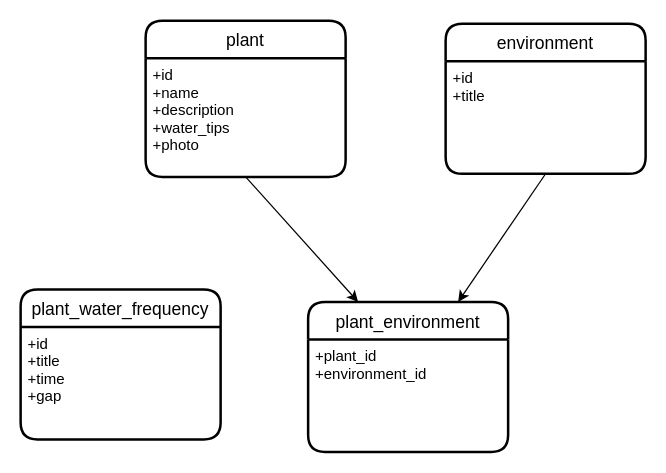
lucas-ssv/plant-manager-api keeps this draw.io diagram as documentation/db.drawio. Above is the earlier version. Source tidied: cells renumbered, new cells numbered last; positions are measured from the earlier drawing's top-left corner, leaving out a move shared by most shapes. Both pictures are drawn from the tidied source at 125%, with x=0, y=0 at pixel (20, 20).
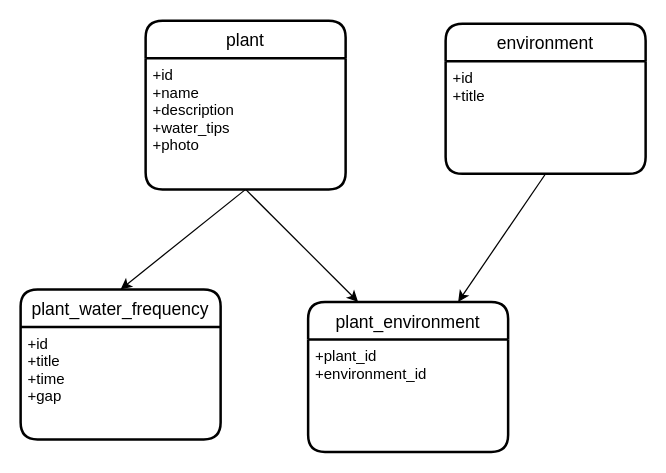
The same diagram, later.

Diff of the diagram source:
```diff
@@
 <mxGraphModel>
   <root>
     <mxCell id="0" />
     <mxCell id="1" parent="0" />
+    <mxCell id="12" style="edgeStyle=none;html=1;exitX=0.5;exitY=1;exitDx=0;exitDy=0;entryX=0.5;entryY=0;entryDx=0;entryDy=0;" parent="1" edge="1" source="3" target="6">
+      <mxGeometry relative="1" as="geometry" />
+    </mxCell>
     <mxCell id="2" value="plant" style="swimlane;horizontal=1;startSize=30;rounded=1;fontSize=14;fontStyle=0;strokeWidth=2;shadow=0;dashed=0;align=center;fillStyle=dashed;" parent="1" vertex="1">
-      <mxGeometry x="100" width="160" height="125" as="geometry" />
+      <mxGeometry x="100" width="160" height="135" as="geometry" />
     </mxCell>
-    <mxCell id="3" value="+id&#10;+name&#10;+description&#10;+water_tips&#10;+photo&#10;" style="align=left;strokeColor=none;fillColor=none;spacingLeft=4;fontSize=12;verticalAlign=top;fillStyle=dashed;" parent="2" vertex="1">
-      <mxGeometry y="30" width="160" height="95" as="geometry" />
+    <mxCell id="3" value="+id&#10;+name&#10;+description&#10;+water_tips&#10;+photo" style="align=left;strokeColor=none;fillColor=none;spacingLeft=4;fontSize=12;verticalAlign=top;fillStyle=dashed;" parent="2" vertex="1">
+      <mxGeometry y="30" width="160" height="105" as="geometry" />
     </mxCell>
     <mxCell id="4" value="environment" style="swimlane;horizontal=1;startSize=30;rounded=1;fontSize=14;fontStyle=0;strokeWidth=2;shadow=0;dashed=0;align=center;fillStyle=dashed;" parent="1" vertex="1">
       <mxGeometry x="340" y="2.5" width="160" height="120" as="geometry" />
     </mxCell>
     <mxCell id="5" value="+id&#10;+title" style="align=left;strokeColor=none;fillColor=none;spacingLeft=4;fontSize=12;verticalAlign=top;fillStyle=dashed;" parent="4" vertex="1">
       <mxGeometry y="30" width="160" height="90" as="geometry" />
     </mxCell>
     <mxCell id="6" value="plant_water_frequency" style="swimlane;horizontal=1;startSize=30;rounded=1;fontSize=14;fontStyle=0;strokeWidth=2;shadow=0;dashed=0;align=center;fillStyle=dashed;" parent="1" vertex="1">
       <mxGeometry y="215" width="160" height="120" as="geometry" />
     </mxCell>
     <mxCell id="7" value="+id&#10;+title&#10;+time&#10;+gap" style="align=left;strokeColor=none;fillColor=none;spacingLeft=4;fontSize=12;verticalAlign=top;fillStyle=dashed;" parent="6" vertex="1">
       <mxGeometry y="30" width="160" height="90" as="geometry" />
     </mxCell>
     <mxCell id="8" value="plant_environment" style="swimlane;horizontal=1;startSize=30;rounded=1;fontSize=14;fontStyle=0;strokeWidth=2;shadow=0;dashed=0;align=center;fillStyle=dashed;" parent="1" vertex="1">
       <mxGeometry x="230" y="225" width="160" height="120" as="geometry" />
     </mxCell>
     <mxCell id="9" value="+plant_id&#10;+environment_id" style="align=left;strokeColor=none;fillColor=none;spacingLeft=4;fontSize=12;verticalAlign=top;fillStyle=dashed;" parent="8" vertex="1">
       <mxGeometry y="30" width="160" height="90" as="geometry" />
     </mxCell>
     <mxCell id="10" style="edgeStyle=none;html=1;exitX=0.5;exitY=1;exitDx=0;exitDy=0;entryX=0.25;entryY=0;entryDx=0;entryDy=0;" parent="1" edge="1" source="3" target="8">
       <mxGeometry relative="1" as="geometry" />
     </mxCell>
     <mxCell id="11" style="edgeStyle=none;html=1;exitX=0.5;exitY=1;exitDx=0;exitDy=0;entryX=0.75;entryY=0;entryDx=0;entryDy=0;" parent="1" edge="1" source="5" target="8">
       <mxGeometry relative="1" as="geometry" />
     </mxCell>
   </root>
 </mxGraphModel>
```
